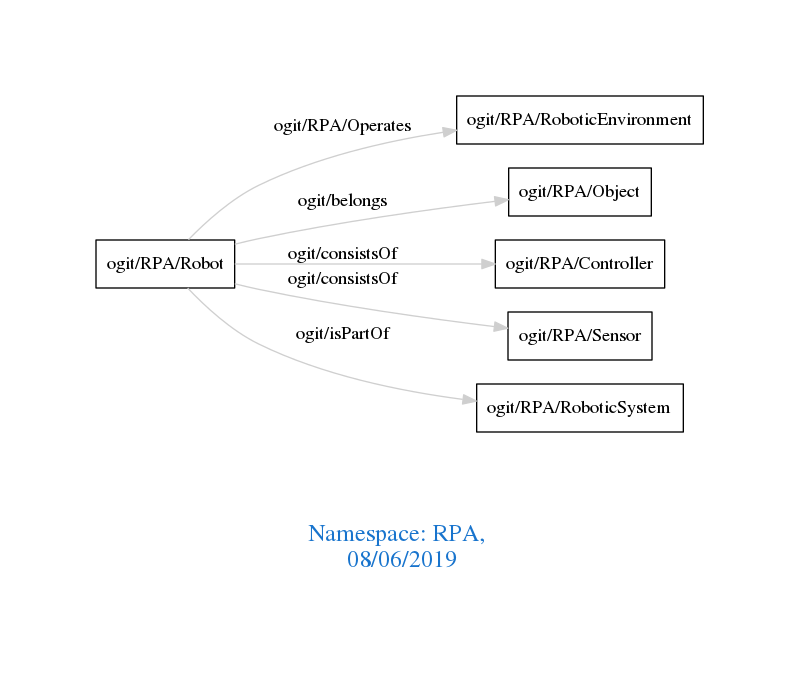
This is downloads/RPA.png from arago/OGIT, a Graphviz export, as it was before one commit. Its source is kept beside it as downloads/RPA.dot.
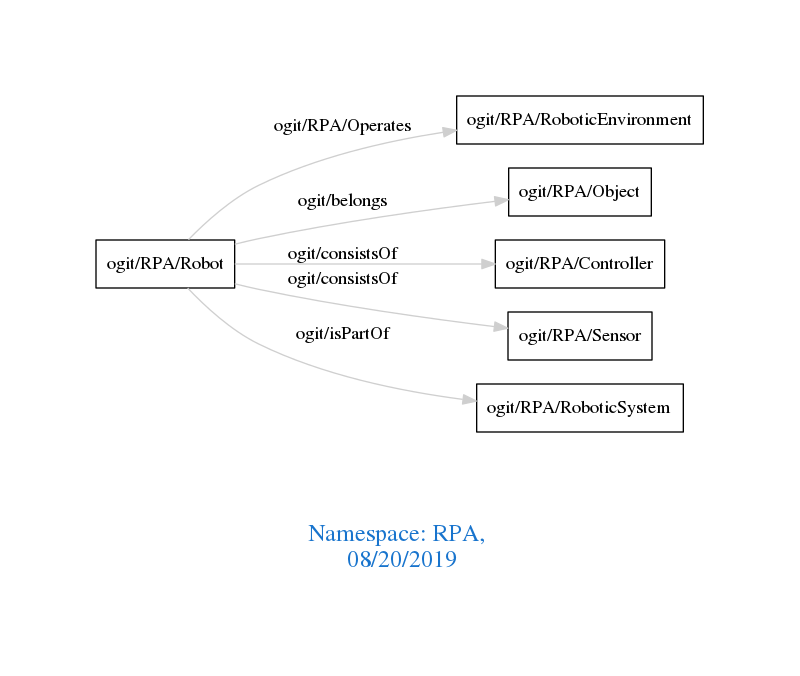
The same file after the commit.

The edit, as a diff of the source:
```diff
@@ -1,7 +1,7 @@
 digraph OGIT_ontology {
  graph [ rankdir= LR,pad=1
 fontsize = 18,
-fontcolor= dodgerblue3,label = "\n\n\nNamespace: RPA, \n 08/06/2019"];
+fontcolor= dodgerblue3,label = "\n\n\nNamespace: RPA, \n 08/20/2019"];
 node[shape=polygon];
 edge [  color="gray81"];
 
```
